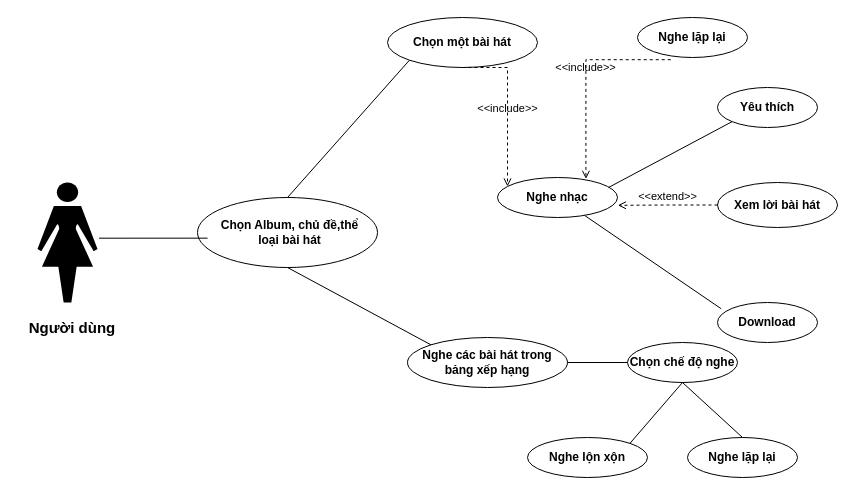
Before: page "listten" (2 of 4) of Untitled Diagram.drawio in pophuong2610/hello, a draw.io diagram. Source tidied: cells renumbered, new cells numbered last; positions are measured from the earlier drawing's top-left corner, leaving out a move shared by most shapes. Both pictures are drawn from the tidied source at 100%, with x=0, y=0 at pixel (17, 17).
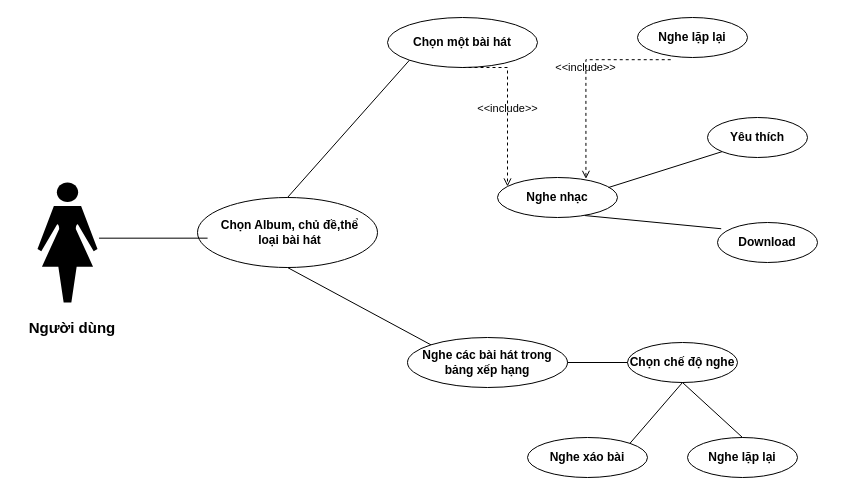
Above is the later version.

Unchanged cells that the change refers to:
```xml
<mxCell id="7" value="&lt;b&gt;Nghe nhạc&lt;/b&gt;" style="ellipse;whiteSpace=wrap;html=1;" parent="1" vertex="1">
  <mxGeometry x="480" y="160" width="120" height="40" as="geometry" />
</mxCell>
```

The edit, as a diff of the source:
```diff
@@
     <mxCell id="9" value="Yêu thích" style="ellipse;whiteSpace=wrap;html=1;fontStyle=1;" parent="1" vertex="1">
-      <mxGeometry x="700" y="70" width="100" height="40" as="geometry" />
+      <mxGeometry x="690" y="100" width="100" height="40" as="geometry" />
     </mxCell>
     <mxCell id="10" value="Download" style="ellipse;whiteSpace=wrap;html=1;fontStyle=1;" parent="1" vertex="1">
-      <mxGeometry x="700" y="285" width="100" height="40" as="geometry" />
+      <mxGeometry x="700" y="205" width="100" height="40" as="geometry" />
     </mxCell>
-    <mxCell id="11" value="Nghe lộn xộn" style="ellipse;whiteSpace=wrap;html=1;fontStyle=1;" parent="1" vertex="1">
+    <mxCell id="11" value="Nghe xáo bài" style="ellipse;whiteSpace=wrap;html=1;fontStyle=1;" parent="1" vertex="1">
       <mxGeometry x="510" y="420" width="120" height="40" as="geometry" />
     </mxCell>
@@
-    <mxCell id="14" value="Xem lời bài hát" style="ellipse;whiteSpace=wrap;html=1;fontStyle=1;" parent="1" vertex="1">
-      <mxGeometry x="700" y="165" width="120" height="45" as="geometry" />
-    </mxCell>
@@
-    <mxCell id="25" value="&amp;lt;&amp;lt;extend&amp;gt;&amp;gt;" style="html=1;verticalAlign=bottom;labelBackgroundColor=none;endArrow=open;endFill=0;dashed=1;rounded=0;edgeStyle=orthogonalEdgeStyle;entryX=1.003;entryY=0.695;entryDx=0;entryDy=0;entryPerimeter=0;exitX=0;exitY=0.5;exitDx=0;exitDy=0;" parent="1" edge="1" source="14" target="7">
-      <mxGeometry relative="1" as="geometry" />
-    </mxCell>
```
